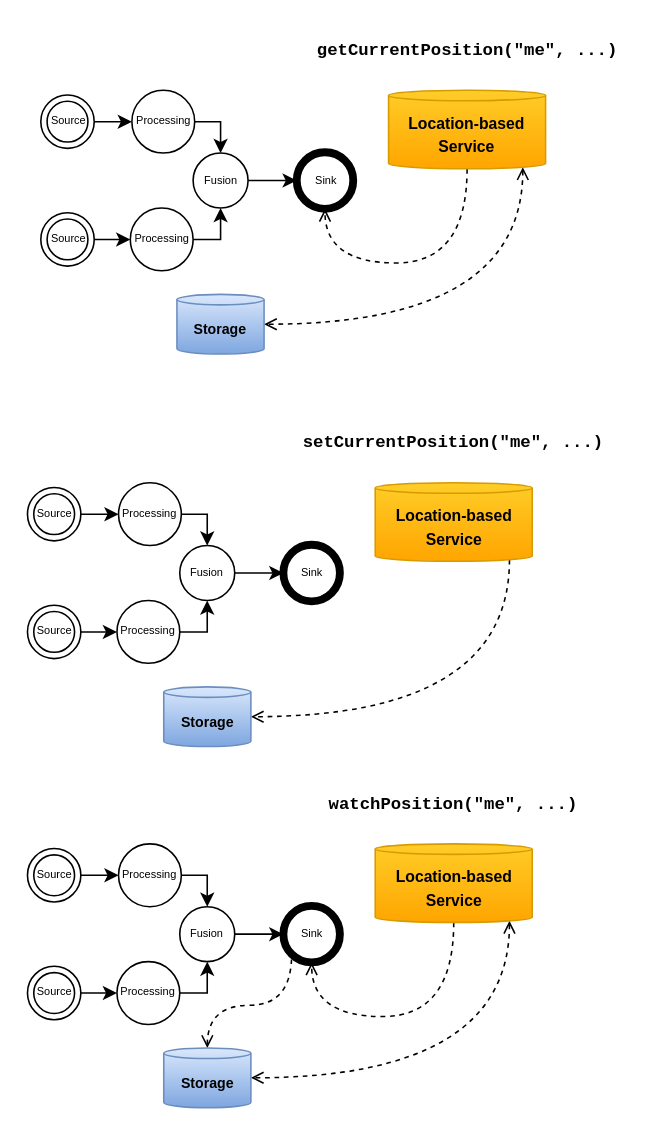
OpenHPS/openhps.org keeps this draw.io diagram as page "Page-19" (19 of 21) of slides/ipin2021/images/ipin2021_slides.drawio. Above is the earlier version. Source tidied: cells renumbered, new cells numbered last; positions are measured from the earlier drawing's top-left corner, leaving out a move shared by most shapes. Both pictures are drawn from the tidied source at 157%, with x=0, y=0 at pixel (27, 27).
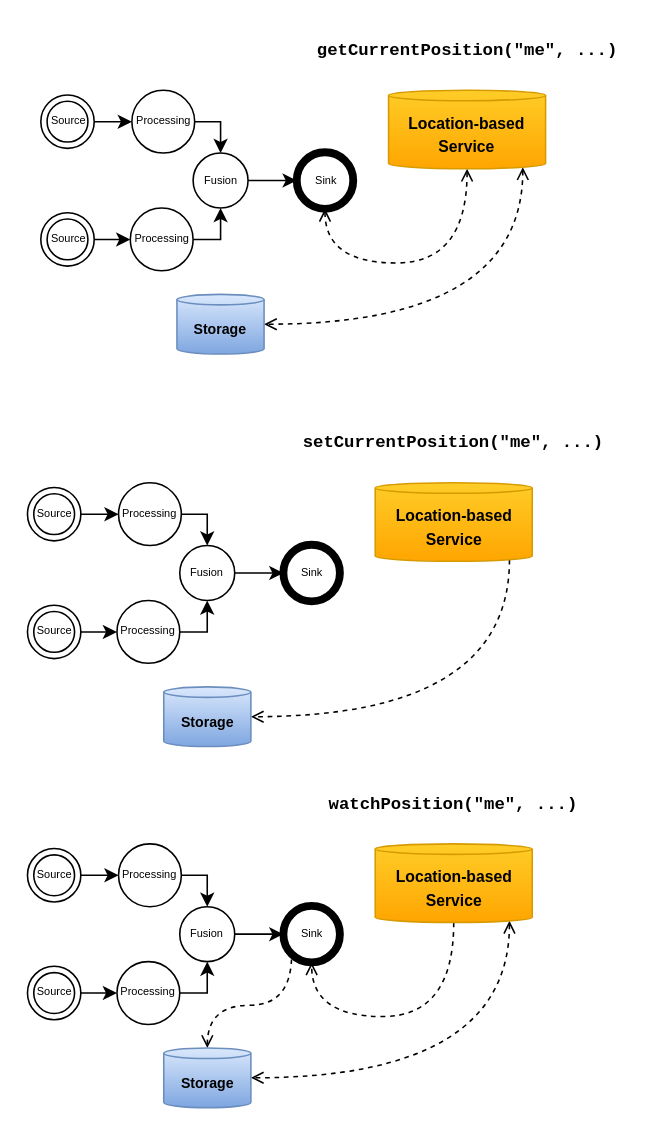
After the change.

Unchanged cells that the change refers to:
```xml
<mxCell id="4" value="&lt;font style=&quot;font-size: 10px&quot;&gt;Location-based&lt;br&gt;Service&lt;/font&gt;" style="shape=cylinder3;whiteSpace=wrap;html=1;boundedLbl=1;backgroundOutline=1;size=3.333343505859375;fontSize=12;strokeColor=#d79b00;fontStyle=1;fillColor=#ffcd28;gradientColor=#ffa500;" parent="1" vertex="1">
  <mxGeometry x="230" y="40" width="100" height="50" as="geometry" />
</mxCell>
<mxCell id="6" value="Sink" style="shape=ellipse;html=1;dashed=0;whitespace=wrap;strokeWidth=5;perimeter=ellipsePerimeter;fontSize=7;" parent="1" vertex="1">
  <mxGeometry x="171.5" y="79.5" width="36" height="36" as="geometry" />
</mxCell>
```

What changed in the source:
```diff
@@
-    <mxCell id="2" style="edgeStyle=orthogonalEdgeStyle;rounded=0;jettySize=auto;html=1;exitX=0.5;exitY=1;exitDx=0;exitDy=0;exitPerimeter=0;entryX=0.5;entryY=1;entryDx=0;entryDy=0;fontFamily=Courier New;fontSize=7;startArrow=none;startFill=0;endArrow=open;endFill=0;curved=1;dashed=1;" parent="1" edge="1" source="4" target="6">
+    <mxCell id="2" style="edgeStyle=orthogonalEdgeStyle;rounded=0;jettySize=auto;html=1;exitX=0.5;exitY=1;exitDx=0;exitDy=0;exitPerimeter=0;entryX=0.5;entryY=1;entryDx=0;entryDy=0;fontFamily=Courier New;fontSize=7;startArrow=open;startFill=0;endArrow=open;endFill=0;curved=1;dashed=1;" parent="1" edge="1" source="4" target="6">
       <mxGeometry relative="1" as="geometry">
         <Array as="points">
           <mxPoint x="280" y="150" />
           <mxPoint x="189" y="150" />
         </Array>
       </mxGeometry>
     </mxCell>
```
